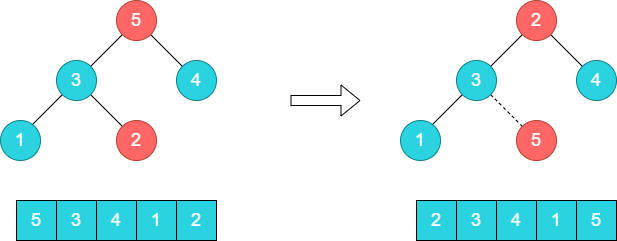
zgjsxx/static-img-repo keeps this draw.io diagram as blog/datastructure_algorithm/heapsort-stable/heapsort-demo3.png. Above is the earlier version. Source tidied: cells renumbered, new cells last; positions are measured from the earlier drawing's top-left corner, leaving out a move shared by most shapes.
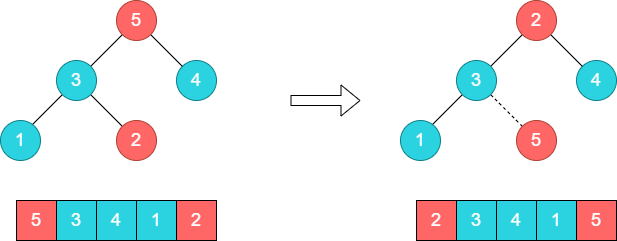
Above is the later version.

Change to the diagram source:
```diff
@@ -34,7 +34,7 @@
         <mxPoint x="90.1" y="94.1" as="targetPoint" />
       </mxGeometry>
     </mxCell>
-    <mxCell id="8" value="&lt;font style=&quot;font-size: 18px&quot;&gt;5&lt;/font&gt;" style="rounded=0;whiteSpace=wrap;html=1;fillColor=#2AD3DF;fontColor=#FFFFFF;" parent="1" vertex="1">
+    <mxCell id="8" value="&lt;font style=&quot;font-size: 18px&quot;&gt;5&lt;/font&gt;" style="rounded=0;whiteSpace=wrap;html=1;fillColor=#FF6666;fontColor=#FFFFFF;" parent="1" vertex="1">
       <mxGeometry x="16" y="200" width="40" height="40" as="geometry" />
     </mxCell>
     <mxCell id="9" value="&lt;span style=&quot;font-size: 18px&quot;&gt;3&lt;/span&gt;" style="rounded=0;whiteSpace=wrap;html=1;fillColor=#2AD3DF;fontColor=#FFFFFF;" parent="1" vertex="1">
@@ -46,7 +46,7 @@
     <mxCell id="11" value="&lt;font style=&quot;font-size: 18px&quot;&gt;1&lt;/font&gt;" style="rounded=0;whiteSpace=wrap;html=1;fillColor=#2AD3DF;fontColor=#FFFFFF;" parent="1" vertex="1">
       <mxGeometry x="136" y="200" width="40" height="40" as="geometry" />
     </mxCell>
-    <mxCell id="12" value="&lt;font style=&quot;font-size: 18px&quot;&gt;2&lt;/font&gt;" style="rounded=0;whiteSpace=wrap;html=1;fillColor=#2AD3DF;fontColor=#FFFFFF;" parent="1" vertex="1">
+    <mxCell id="12" value="&lt;font style=&quot;font-size: 18px&quot;&gt;2&lt;/font&gt;" style="rounded=0;whiteSpace=wrap;html=1;fillColor=#FF6666;fontColor=#FFFFFF;" parent="1" vertex="1">
       <mxGeometry x="176" y="200" width="40" height="40" as="geometry" />
     </mxCell>
     <mxCell id="13" value="&lt;font color=&quot;#ffffff&quot; style=&quot;font-size: 18px&quot;&gt;5&lt;/font&gt;" style="ellipse;whiteSpace=wrap;html=1;fillColor=#FF6666;strokeColor=#ae4132;" parent="1" vertex="1">
@@ -87,7 +87,7 @@
         <mxPoint x="490.1" y="94.1" as="targetPoint" />
       </mxGeometry>
     </mxCell>
-    <mxCell id="22" value="&lt;font style=&quot;font-size: 18px&quot;&gt;2&lt;/font&gt;" style="rounded=0;whiteSpace=wrap;html=1;fillColor=#2AD3DF;fontColor=#FFFFFF;" parent="1" vertex="1">
+    <mxCell id="22" value="&lt;font style=&quot;font-size: 18px&quot;&gt;2&lt;/font&gt;" style="rounded=0;whiteSpace=wrap;html=1;fillColor=#FF6666;fontColor=#FFFFFF;" parent="1" vertex="1">
       <mxGeometry x="416" y="200" width="40" height="40" as="geometry" />
     </mxCell>
     <mxCell id="23" value="&lt;span style=&quot;font-size: 18px&quot;&gt;3&lt;/span&gt;" style="rounded=0;whiteSpace=wrap;html=1;fillColor=#2AD3DF;fontColor=#FFFFFF;" parent="1" vertex="1">
@@ -99,7 +99,7 @@
     <mxCell id="25" value="&lt;font style=&quot;font-size: 18px&quot;&gt;1&lt;/font&gt;" style="rounded=0;whiteSpace=wrap;html=1;fillColor=#2AD3DF;fontColor=#FFFFFF;" parent="1" vertex="1">
       <mxGeometry x="536" y="200" width="40" height="40" as="geometry" />
     </mxCell>
-    <mxCell id="26" value="&lt;font style=&quot;font-size: 18px&quot;&gt;5&lt;/font&gt;" style="rounded=0;whiteSpace=wrap;html=1;fillColor=#2AD3DF;fontColor=#FFFFFF;" parent="1" vertex="1">
+    <mxCell id="26" value="&lt;font style=&quot;font-size: 18px&quot;&gt;5&lt;/font&gt;" style="rounded=0;whiteSpace=wrap;html=1;fillColor=#FF6666;fontColor=#FFFFFF;" parent="1" vertex="1">
       <mxGeometry x="576" y="200" width="40" height="40" as="geometry" />
     </mxCell>
     <mxCell id="27" value="&lt;font color=&quot;#ffffff&quot; style=&quot;font-size: 18px&quot;&gt;2&lt;/font&gt;" style="ellipse;whiteSpace=wrap;html=1;fillColor=#FF6666;strokeColor=#ae4132;" parent="1" vertex="1">
```
